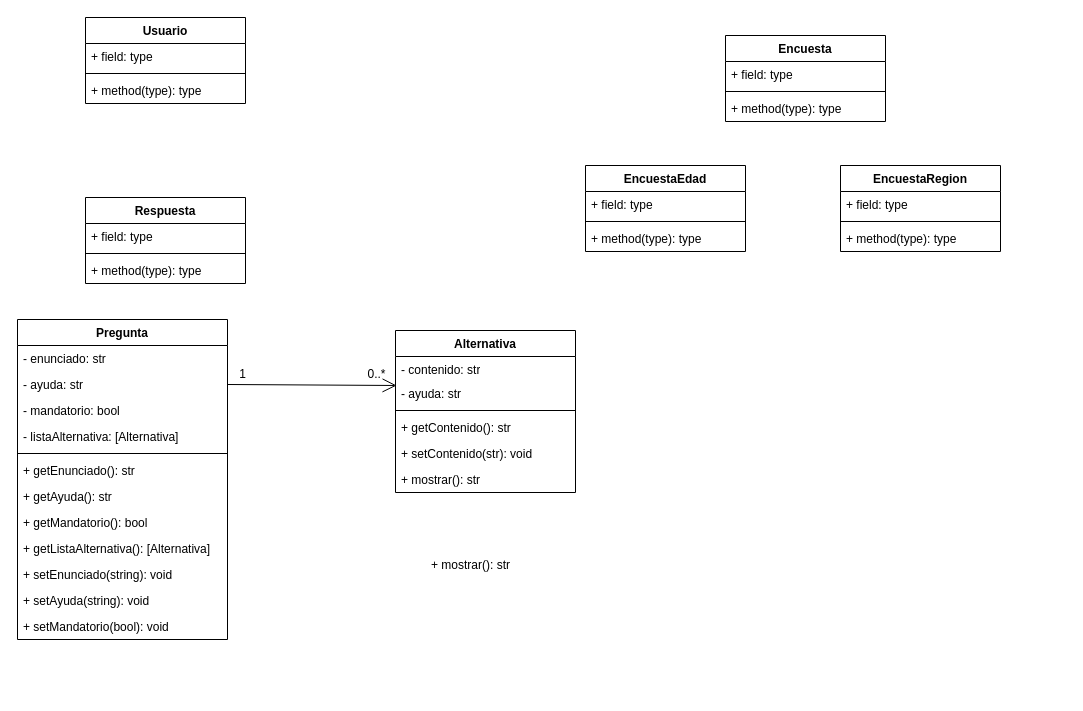
Above: g8_m4_desafio_dia_9/Diagrama sin título.drawio in Evmoraleso/pythonChallenges (draw.io), before the change. Source tidied: cells renumbered, new cells numbered last; positions are measured from the earlier drawing's top-left corner, leaving out a move shared by most shapes. Both pictures are drawn from the tidied source at 100%, with x=0, y=0 at pixel (17, 17).
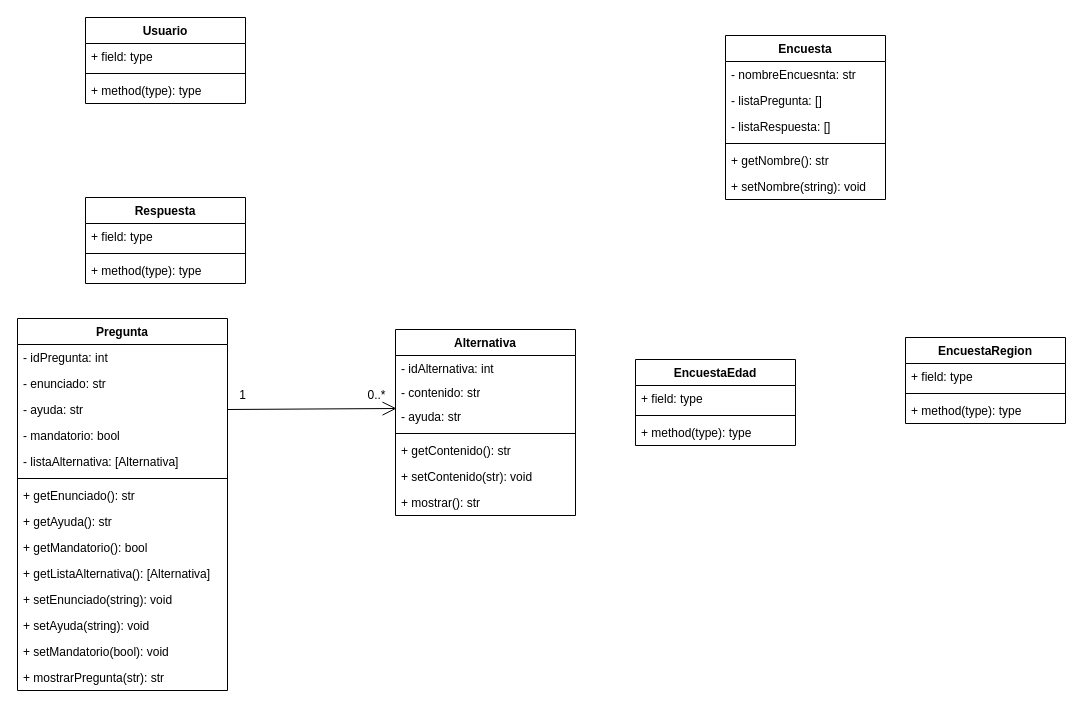
Above is the later version.

Diff of the diagram source:
```diff
@@
     <mxCell id="2" value="Encuesta" style="swimlane;fontStyle=1;align=center;verticalAlign=top;horizontal=1;startSize=26;whiteSpace=wrap;html=1;" parent="1" vertex="1">
-      <mxGeometry x="708" y="18" width="160" height="86" as="geometry" />
+      <mxGeometry x="708" y="18" width="160" height="164" as="geometry" />
     </mxCell>
-    <mxCell id="3" value="+ field: type" style="text;strokeColor=none;fillColor=none;align=left;verticalAlign=top;spacingLeft=4;spacingRight=4;overflow=hidden;whiteSpace=wrap;html=1;" parent="2" vertex="1">
+    <mxCell id="3" value="- nombreEncuesnta: str" style="text;strokeColor=none;fillColor=none;align=left;verticalAlign=top;spacingLeft=4;spacingRight=4;overflow=hidden;whiteSpace=wrap;html=1;" parent="2" vertex="1">
       <mxGeometry y="26" width="160" height="26" as="geometry" />
     </mxCell>
+    <mxCell id="46" value="- listaPregunta: []" style="text;strokeColor=none;fillColor=none;align=left;verticalAlign=top;spacingLeft=4;spacingRight=4;overflow=hidden;whiteSpace=wrap;html=1;" parent="2" vertex="1">
+      <mxGeometry y="52" width="160" height="26" as="geometry" />
+    </mxCell>
+    <mxCell id="47" value="- listaRespuesta: []" style="text;strokeColor=none;fillColor=none;align=left;verticalAlign=top;spacingLeft=4;spacingRight=4;overflow=hidden;whiteSpace=wrap;html=1;" parent="2" vertex="1">
+      <mxGeometry y="78" width="160" height="26" as="geometry" />
+    </mxCell>
     <mxCell id="4" style="line;strokeWidth=1;fillColor=none;align=left;verticalAlign=middle;spacingTop=-1;spacingLeft=3;spacingRight=3;labelPosition=right;strokeColor=inherit;" parent="2" vertex="1">
-      <mxGeometry y="52" width="160" height="8" as="geometry" />
+      <mxGeometry y="104" width="160" height="8" as="geometry" />
     </mxCell>
-    <mxCell id="5" value="+ method(type): type" style="text;strokeColor=none;fillColor=none;align=left;verticalAlign=top;spacingLeft=4;spacingRight=4;overflow=hidden;whiteSpace=wrap;html=1;" parent="2" vertex="1">
-      <mxGeometry y="60" width="160" height="26" as="geometry" />
-    </mxCell>
+    <mxCell id="48" value="+ getNombre(): str" style="text;strokeColor=none;fillColor=none;align=left;verticalAlign=top;spacingLeft=4;spacingRight=4;overflow=hidden;whiteSpace=wrap;html=1;" parent="2" vertex="1">
+      <mxGeometry y="112" width="160" height="26" as="geometry" />
+    </mxCell>
+    <mxCell id="49" value="+ setNombre(string): void" style="text;strokeColor=none;fillColor=none;align=left;verticalAlign=top;spacingLeft=4;spacingRight=4;overflow=hidden;whiteSpace=wrap;html=1;" parent="2" vertex="1">
+      <mxGeometry y="138" width="160" height="26" as="geometry" />
+    </mxCell>
     <mxCell id="6" value="Alternativa" style="swimlane;fontStyle=1;align=center;verticalAlign=top;horizontal=1;startSize=26;whiteSpace=wrap;html=1;" parent="1" vertex="1">
-      <mxGeometry x="378" y="313" width="180" height="162" as="geometry" />
+      <mxGeometry x="378" y="312" width="180" height="186" as="geometry" />
     </mxCell>
-    <mxCell id="7" value="- contenido: str" style="text;strokeColor=none;fillColor=none;align=left;verticalAlign=top;spacingLeft=4;spacingRight=4;overflow=hidden;whiteSpace=wrap;html=1;" parent="6" vertex="1">
+    <mxCell id="7" value="- idAlternativa: int" style="text;strokeColor=none;fillColor=none;align=left;verticalAlign=top;spacingLeft=4;spacingRight=4;overflow=hidden;whiteSpace=wrap;html=1;" parent="6" vertex="1">
       <mxGeometry y="26" width="180" height="24" as="geometry" />
     </mxCell>
+    <mxCell id="50" value="- contenido: str" style="text;strokeColor=none;fillColor=none;align=left;verticalAlign=top;spacingLeft=4;spacingRight=4;overflow=hidden;whiteSpace=wrap;html=1;" parent="6" vertex="1">
+      <mxGeometry y="50" width="180" height="24" as="geometry" />
+    </mxCell>
     <mxCell id="8" value="- ayuda: str" style="text;strokeColor=none;fillColor=none;align=left;verticalAlign=top;spacingLeft=4;spacingRight=4;overflow=hidden;points=[[0,0.5],[1,0.5]];portConstraint=eastwest;whiteSpace=wrap;html=1;" parent="6" vertex="1">
-      <mxGeometry y="50" width="180" height="26" as="geometry" />
+      <mxGeometry y="74" width="180" height="26" as="geometry" />
     </mxCell>
     <mxCell id="9" style="line;strokeWidth=1;fillColor=none;align=left;verticalAlign=middle;spacingTop=-1;spacingLeft=3;spacingRight=3;labelPosition=right;strokeColor=inherit;" parent="6" vertex="1">
-      <mxGeometry y="76" width="180" height="8" as="geometry" />
+      <mxGeometry y="100" width="180" height="8" as="geometry" />
     </mxCell>
     <mxCell id="10" value="+ getContenido(): str" style="text;strokeColor=none;fillColor=none;align=left;verticalAlign=top;spacingLeft=4;spacingRight=4;overflow=hidden;whiteSpace=wrap;html=1;" parent="6" vertex="1">
-      <mxGeometry y="84" width="180" height="26" as="geometry" />
+      <mxGeometry y="108" width="180" height="26" as="geometry" />
     </mxCell>
     <mxCell id="11" value="+ setContenido(str): void" style="text;strokeColor=none;fillColor=none;align=left;verticalAlign=top;spacingLeft=4;spacingRight=4;overflow=hidden;whiteSpace=wrap;html=1;" parent="6" vertex="1">
-      <mxGeometry y="110" width="180" height="26" as="geometry" />
+      <mxGeometry y="134" width="180" height="26" as="geometry" />
     </mxCell>
     <mxCell id="12" value="+ mostrar(): str" style="text;strokeColor=none;fillColor=none;align=left;verticalAlign=top;spacingLeft=4;spacingRight=4;overflow=hidden;whiteSpace=wrap;html=1;" parent="6" vertex="1">
-      <mxGeometry y="136" width="180" height="26" as="geometry" />
+      <mxGeometry y="160" width="180" height="26" as="geometry" />
     </mxCell>
     <mxCell id="13" value="Pregunta" style="swimlane;fontStyle=1;align=center;verticalAlign=top;horizontal=1;startSize=26;whiteSpace=wrap;html=1;" parent="1" vertex="1">
-      <mxGeometry y="302" width="210" height="320" as="geometry" />
+      <mxGeometry y="301" width="210" height="372" as="geometry" />
     </mxCell>
-    <mxCell id="14" value="- enunciado: str" style="text;strokeColor=none;fillColor=none;align=left;verticalAlign=top;spacingLeft=4;spacingRight=4;overflow=hidden;whiteSpace=wrap;html=1;" parent="13" vertex="1">
+    <mxCell id="14" value="- idPregunta: int" style="text;strokeColor=none;fillColor=none;align=left;verticalAlign=top;spacingLeft=4;spacingRight=4;overflow=hidden;whiteSpace=wrap;html=1;" parent="13" vertex="1">
       <mxGeometry y="26" width="210" height="26" as="geometry" />
     </mxCell>
+    <mxCell id="51" value="- enunciado: str" style="text;strokeColor=none;fillColor=none;align=left;verticalAlign=top;spacingLeft=4;spacingRight=4;overflow=hidden;whiteSpace=wrap;html=1;" parent="13" vertex="1">
+      <mxGeometry y="52" width="210" height="26" as="geometry" />
+    </mxCell>
     <mxCell id="15" value="- ayuda: str" style="text;strokeColor=none;fillColor=none;align=left;verticalAlign=top;spacingLeft=4;spacingRight=4;overflow=hidden;points=[[0,0.5],[1,0.5]];portConstraint=eastwest;whiteSpace=wrap;html=1;" parent="13" vertex="1">
-      <mxGeometry y="52" width="210" height="26" as="geometry" />
+      <mxGeometry y="78" width="210" height="26" as="geometry" />
     </mxCell>
     <mxCell id="16" value="- mandatorio: bool" style="text;strokeColor=none;fillColor=none;align=left;verticalAlign=top;spacingLeft=4;spacingRight=4;overflow=hidden;whiteSpace=wrap;html=1;" parent="13" vertex="1">
-      <mxGeometry y="78" width="210" height="26" as="geometry" />
+      <mxGeometry y="104" width="210" height="26" as="geometry" />
     </mxCell>
     <mxCell id="17" value="- listaAlternativa: [Alternativa]" style="text;strokeColor=none;fillColor=none;align=left;verticalAlign=top;spacingLeft=4;spacingRight=4;overflow=hidden;whiteSpace=wrap;html=1;" parent="13" vertex="1">
-      <mxGeometry y="104" width="210" height="26" as="geometry" />
+      <mxGeometry y="130" width="210" height="26" as="geometry" />
     </mxCell>
     <mxCell id="18" style="line;strokeWidth=1;fillColor=none;align=left;verticalAlign=middle;spacingTop=-1;spacingLeft=3;spacingRight=3;labelPosition=right;strokeColor=inherit;" parent="13" vertex="1">
-      <mxGeometry y="130" width="210" height="8" as="geometry" />
+      <mxGeometry y="156" width="210" height="8" as="geometry" />
     </mxCell>
     <mxCell id="19" value="+ getEnunciado(): str" style="text;strokeColor=none;fillColor=none;align=left;verticalAlign=top;spacingLeft=4;spacingRight=4;overflow=hidden;whiteSpace=wrap;html=1;" parent="13" vertex="1">
-      <mxGeometry y="138" width="210" height="26" as="geometry" />
+      <mxGeometry y="164" width="210" height="26" as="geometry" />
     </mxCell>
     <mxCell id="20" value="+ getAyuda(): str" style="text;strokeColor=none;fillColor=none;align=left;verticalAlign=top;spacingLeft=4;spacingRight=4;overflow=hidden;whiteSpace=wrap;html=1;" parent="13" vertex="1">
-      <mxGeometry y="164" width="210" height="26" as="geometry" />
+      <mxGeometry y="190" width="210" height="26" as="geometry" />
     </mxCell>
     <mxCell id="21" value="+ getMandatorio(): bool" style="text;strokeColor=none;fillColor=none;align=left;verticalAlign=top;spacingLeft=4;spacingRight=4;overflow=hidden;whiteSpace=wrap;html=1;" parent="13" vertex="1">
-      <mxGeometry y="190" width="210" height="26" as="geometry" />
+      <mxGeometry y="216" width="210" height="26" as="geometry" />
     </mxCell>
     <mxCell id="22" value="+ getListaAlternativa(): [Alternativa]" style="text;strokeColor=none;fillColor=none;align=left;verticalAlign=top;spacingLeft=4;spacingRight=4;overflow=hidden;whiteSpace=wrap;html=1;" parent="13" vertex="1">
-      <mxGeometry y="216" width="210" height="26" as="geometry" />
+      <mxGeometry y="242" width="210" height="26" as="geometry" />
     </mxCell>
     <mxCell id="23" value="+ setEnunciado(string): void" style="text;strokeColor=none;fillColor=none;align=left;verticalAlign=top;spacingLeft=4;spacingRight=4;overflow=hidden;whiteSpace=wrap;html=1;" parent="13" vertex="1">
-      <mxGeometry y="242" width="210" height="26" as="geometry" />
+      <mxGeometry y="268" width="210" height="26" as="geometry" />
     </mxCell>
     <mxCell id="24" value="+ setAyuda(string): void" style="text;strokeColor=none;fillColor=none;align=left;verticalAlign=top;spacingLeft=4;spacingRight=4;overflow=hidden;whiteSpace=wrap;html=1;" parent="13" vertex="1">
-      <mxGeometry y="268" width="210" height="26" as="geometry" />
+      <mxGeometry y="294" width="210" height="26" as="geometry" />
     </mxCell>
     <mxCell id="25" value="+ setMandatorio(bool): void" style="text;strokeColor=none;fillColor=none;align=left;verticalAlign=top;spacingLeft=4;spacingRight=4;overflow=hidden;whiteSpace=wrap;html=1;" parent="13" vertex="1">
-      <mxGeometry y="294" width="210" height="26" as="geometry" />
+      <mxGeometry y="320" width="210" height="26" as="geometry" />
     </mxCell>
+    <mxCell id="52" value="+ mostrarPregunta(str): str" style="text;strokeColor=none;fillColor=none;align=left;verticalAlign=top;spacingLeft=4;spacingRight=4;overflow=hidden;whiteSpace=wrap;html=1;" parent="13" vertex="1">
+      <mxGeometry y="346" width="210" height="26" as="geometry" />
+    </mxCell>
     <mxCell id="26" value="EncuestaEdad" style="swimlane;fontStyle=1;align=center;verticalAlign=top;horizontal=1;startSize=26;whiteSpace=wrap;html=1;" parent="1" vertex="1">
-      <mxGeometry x="568" y="148" width="160" height="86" as="geometry" />
+      <mxGeometry x="618" y="342" width="160" height="86" as="geometry" />
     </mxCell>
@@
     <mxCell id="30" value="EncuestaRegion" style="swimlane;fontStyle=1;align=center;verticalAlign=top;horizontal=1;startSize=26;whiteSpace=wrap;html=1;" parent="1" vertex="1">
-      <mxGeometry x="823" y="148" width="160" height="86" as="geometry" />
+      <mxGeometry x="888" y="320" width="160" height="86" as="geometry" />
     </mxCell>
@@
     <mxCell id="43" value="1" style="text;html=1;align=center;verticalAlign=middle;strokeColor=none;fillColor=none;" parent="1" vertex="1">
-      <mxGeometry x="210" y="342" width="30" height="30" as="geometry" />
+      <mxGeometry x="210" y="363" width="30" height="30" as="geometry" />
     </mxCell>
     <mxCell id="44" value="0..*" style="text;html=1;align=center;verticalAlign=middle;strokeColor=none;fillColor=none;" parent="1" vertex="1">
-      <mxGeometry x="339" y="342" width="40" height="30" as="geometry" />
+      <mxGeometry x="339" y="363" width="40" height="30" as="geometry" />
     </mxCell>
-    <mxCell id="45" value="+ mostrar(): str" style="text;strokeColor=none;fillColor=none;align=left;verticalAlign=top;spacingLeft=4;spacingRight=4;overflow=hidden;whiteSpace=wrap;html=1;" parent="1" vertex="1">
-      <mxGeometry x="408" y="534" width="190" height="26" as="geometry" />
-    </mxCell>
```
